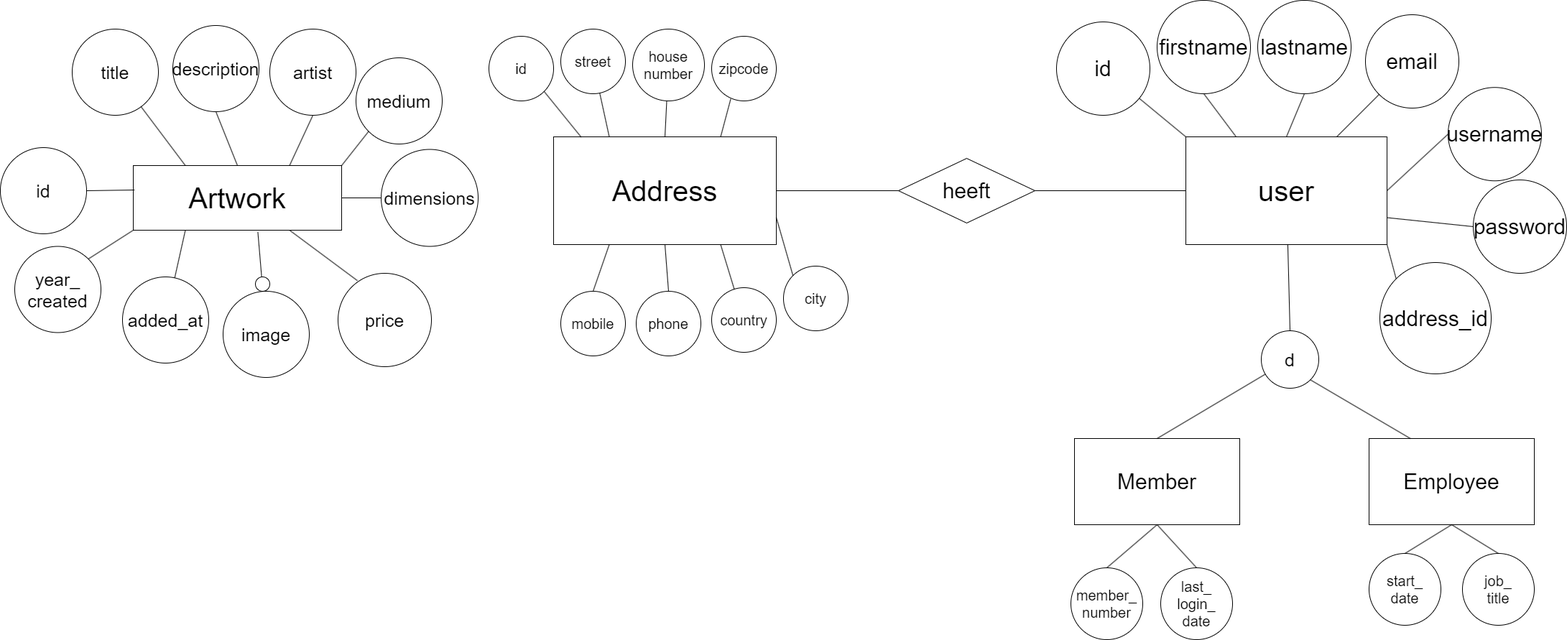
The draw.io diagram Database/ERD ARTWORK.png in DimitriosPanagiotidis/zwsd25f-blok4b, before a commit. Source tidied: cells renumbered, new cells last; positions are measured from the earlier drawing's top-left corner, leaving out a move shared by most shapes. The source it was exported from:
```xml
<mxGraphModel>
  <root>
    <mxCell id="0" />
    <mxCell id="1" parent="0" />
    <mxCell id="2" value="&lt;span style=&quot;font-size: 25px;&quot;&gt;title&lt;/span&gt;" style="ellipse;whiteSpace=wrap;html=1;" parent="1" vertex="1">
      <mxGeometry x="100" y="40" width="120" height="120" as="geometry" />
    </mxCell>
    <mxCell id="3" value="&lt;font style=&quot;font-size: 25px;&quot;&gt;description&lt;/font&gt;" style="ellipse;whiteSpace=wrap;html=1;" parent="1" vertex="1">
      <mxGeometry x="240" y="35" width="120" height="120" as="geometry" />
    </mxCell>
    <mxCell id="4" value="&lt;span style=&quot;font-size: 25px;&quot;&gt;image&lt;/span&gt;" style="ellipse;whiteSpace=wrap;html=1;" parent="1" vertex="1">
      <mxGeometry x="310" y="405" width="120" height="120" as="geometry" />
    </mxCell>
    <mxCell id="5" value="&lt;font style=&quot;font-size: 25px;&quot;&gt;added_at&lt;/font&gt;" style="ellipse;whiteSpace=wrap;html=1;" parent="1" vertex="1">
      <mxGeometry x="170" y="385" width="120" height="120" as="geometry" />
    </mxCell>
    <mxCell id="6" style="endArrow=none;html=1;rounded=0;exitX=0.25;exitY=1;exitDx=0;exitDy=0;" parent="1" edge="1" source="13" target="5">
      <mxGeometry relative="1" as="geometry" />
    </mxCell>
    <mxCell id="7" style="endArrow=none;html=1;rounded=0;entryX=0.25;entryY=0;entryDx=0;entryDy=0;" parent="1" edge="1" source="2" target="13">
      <mxGeometry relative="1" as="geometry" />
    </mxCell>
    <mxCell id="8" style="endArrow=none;html=1;rounded=0;exitX=0.5;exitY=0;exitDx=0;exitDy=0;entryX=0.5;entryY=1;entryDx=0;entryDy=0;" parent="1" edge="1" source="13" target="3">
      <mxGeometry relative="1" as="geometry" />
    </mxCell>
    <mxCell id="9" value="&lt;font style=&quot;font-size: 25px;&quot;&gt;artist&lt;/font&gt;" style="ellipse;whiteSpace=wrap;html=1;" parent="1" vertex="1">
      <mxGeometry x="375" y="40" width="120" height="120" as="geometry" />
    </mxCell>
    <mxCell id="10" style="endArrow=none;html=1;rounded=0;exitX=0.75;exitY=0;exitDx=0;exitDy=0;entryX=0.5;entryY=1;entryDx=0;entryDy=0;" parent="1" edge="1" source="13" target="9">
      <mxGeometry relative="1" as="geometry" />
    </mxCell>
    <mxCell id="11" value="&lt;font style=&quot;font-size: 25px;&quot;&gt;price&lt;/font&gt;" style="ellipse;whiteSpace=wrap;html=1;" parent="1" vertex="1">
      <mxGeometry x="470" y="380" width="130" height="130" as="geometry" />
    </mxCell>
    <mxCell id="12" style="endArrow=none;html=1;rounded=0;exitX=0.75;exitY=1;exitDx=0;exitDy=0;entryX=0.208;entryY=0.079;entryDx=0;entryDy=0;entryPerimeter=0;" parent="1" edge="1" source="13" target="11">
      <mxGeometry relative="1" as="geometry" />
    </mxCell>
    <mxCell id="13" value="&lt;span style=&quot;font-size: 40px;&quot;&gt;Artwork&lt;/span&gt;" style="rounded=0;whiteSpace=wrap;html=1;" parent="1" vertex="1">
      <mxGeometry x="185" y="230" width="290" height="90" as="geometry" />
    </mxCell>
    <mxCell id="14" value="&lt;font style=&quot;font-size: 40px;&quot;&gt;Address&lt;/font&gt;" style="rounded=0;whiteSpace=wrap;html=1;" parent="1" vertex="1">
      <mxGeometry x="770" y="190" width="310" height="150" as="geometry" />
    </mxCell>
    <mxCell id="15" value="&lt;span style=&quot;font-size: 20px;&quot;&gt;street&lt;/span&gt;" style="ellipse;whiteSpace=wrap;html=1;" parent="1" vertex="1">
      <mxGeometry x="780" y="40" width="90" height="90" as="geometry" />
    </mxCell>
    <mxCell id="16" value="&lt;font style=&quot;font-size: 20px;&quot;&gt;house&lt;/font&gt;&lt;div&gt;&lt;font style=&quot;font-size: 20px;&quot;&gt;number&lt;/font&gt;&lt;/div&gt;" style="ellipse;whiteSpace=wrap;html=1;" parent="1" vertex="1">
      <mxGeometry x="880" y="40" width="100" height="100" as="geometry" />
    </mxCell>
    <mxCell id="17" style="endArrow=none;html=1;rounded=0;entryX=0.25;entryY=0;entryDx=0;entryDy=0;" parent="1" edge="1" source="15" target="14">
      <mxGeometry relative="1" as="geometry" />
    </mxCell>
    <mxCell id="18" style="endArrow=none;html=1;rounded=0;entryX=0.5;entryY=0;entryDx=0;entryDy=0;" parent="1" edge="1" source="16" target="14">
      <mxGeometry relative="1" as="geometry" />
    </mxCell>
    <mxCell id="19" value="&lt;font style=&quot;font-size: 40px;&quot;&gt;user&lt;/font&gt;" style="rounded=0;whiteSpace=wrap;html=1;" parent="1" vertex="1">
      <mxGeometry x="1650" y="190" width="280" height="150" as="geometry" />
    </mxCell>
    <mxCell id="20" value="&lt;font style=&quot;font-size: 30px;&quot;&gt;heeft&lt;/font&gt;" style="rhombus;whiteSpace=wrap;html=1;" parent="1" vertex="1">
      <mxGeometry x="1250" y="220" width="190" height="90" as="geometry" />
    </mxCell>
    <mxCell id="21" style="endArrow=none;html=1;rounded=0;exitX=0;exitY=0.5;exitDx=0;exitDy=0;entryX=0;entryY=0.5;entryDx=0;entryDy=0;" parent="1" edge="1" target="20">
      <mxGeometry relative="1" as="geometry">
        <mxPoint x="1080" y="265" as="sourcePoint" />
      </mxGeometry>
    </mxCell>
    <mxCell id="22" style="endArrow=none;html=1;rounded=0;entryX=0;entryY=0.5;entryDx=0;entryDy=0;" parent="1" edge="1" source="20" target="19">
      <mxGeometry relative="1" as="geometry" />
    </mxCell>
    <mxCell id="23" value="&lt;font style=&quot;font-size: 30px;&quot;&gt;id&lt;/font&gt;" style="ellipse;whiteSpace=wrap;html=1;" parent="1" vertex="1">
      <mxGeometry x="1470" y="30" width="130" height="130" as="geometry" />
    </mxCell>
    <mxCell id="24" value="&lt;font style=&quot;font-size: 30px;&quot;&gt;firstname&lt;/font&gt;" style="ellipse;whiteSpace=wrap;html=1;" parent="1" vertex="1">
      <mxGeometry x="1610" width="130" height="130" as="geometry" />
    </mxCell>
    <mxCell id="25" value="&lt;font style=&quot;font-size: 30px;&quot;&gt;lastname&lt;/font&gt;" style="ellipse;whiteSpace=wrap;html=1;" parent="1" vertex="1">
      <mxGeometry x="1750" width="130" height="130" as="geometry" />
    </mxCell>
    <mxCell id="26" value="&lt;font style=&quot;font-size: 30px;&quot;&gt;email&lt;/font&gt;" style="ellipse;whiteSpace=wrap;html=1;" parent="1" vertex="1">
      <mxGeometry x="1900" y="20" width="130" height="130" as="geometry" />
    </mxCell>
    <mxCell id="27" value="&lt;font style=&quot;font-size: 30px;&quot;&gt;username&lt;/font&gt;" style="ellipse;whiteSpace=wrap;html=1;" parent="1" vertex="1">
      <mxGeometry x="2015" y="121.2" width="130" height="130" as="geometry" />
    </mxCell>
    <mxCell id="28" style="endArrow=none;html=1;rounded=0;exitX=0;exitY=0;exitDx=0;exitDy=0;" parent="1" edge="1" source="19" target="23">
      <mxGeometry relative="1" as="geometry" />
    </mxCell>
    <mxCell id="29" style="endArrow=none;html=1;rounded=0;entryX=0.5;entryY=1;entryDx=0;entryDy=0;exitX=0.25;exitY=0;exitDx=0;exitDy=0;" parent="1" edge="1" source="19" target="24">
      <mxGeometry relative="1" as="geometry" />
    </mxCell>
    <mxCell id="30" style="endArrow=none;html=1;rounded=0;entryX=0.5;entryY=1;entryDx=0;entryDy=0;exitX=0.5;exitY=0;exitDx=0;exitDy=0;" parent="1" edge="1" source="19" target="25">
      <mxGeometry relative="1" as="geometry" />
    </mxCell>
    <mxCell id="31" style="endArrow=none;html=1;rounded=0;entryX=0;entryY=1;entryDx=0;entryDy=0;exitX=0.75;exitY=0;exitDx=0;exitDy=0;" parent="1" edge="1" source="19" target="26">
      <mxGeometry relative="1" as="geometry" />
    </mxCell>
    <mxCell id="32" style="endArrow=none;html=1;rounded=0;exitX=0;exitY=0.5;exitDx=0;exitDy=0;entryX=1;entryY=0.5;entryDx=0;entryDy=0;" parent="1" edge="1" source="27" target="19">
      <mxGeometry relative="1" as="geometry" />
    </mxCell>
    <mxCell id="33" style="endArrow=none;html=1;rounded=0;exitX=1;exitY=0.5;exitDx=0;exitDy=0;entryX=0;entryY=0.5;entryDx=0;entryDy=0;" parent="1" edge="1" source="14">
      <mxGeometry relative="1" as="geometry">
        <mxPoint x="1080" y="265" as="targetPoint" />
      </mxGeometry>
    </mxCell>
    <mxCell id="34" value="&lt;font style=&quot;font-size: 30px;&quot;&gt;Employee&lt;/font&gt;" style="rounded=0;whiteSpace=wrap;html=1;" parent="1" vertex="1">
      <mxGeometry x="1905" y="610" width="230" height="120" as="geometry" />
    </mxCell>
    <mxCell id="35" value="&lt;font style=&quot;font-size: 30px;&quot;&gt;Member&lt;/font&gt;" style="rounded=0;whiteSpace=wrap;html=1;" parent="1" vertex="1">
      <mxGeometry x="1495" y="610" width="230" height="120" as="geometry" />
    </mxCell>
    <mxCell id="36" style="endArrow=none;html=1;rounded=0;exitX=0.5;exitY=0;exitDx=0;exitDy=0;" parent="1" edge="1" source="35" target="37">
      <mxGeometry relative="1" as="geometry" />
    </mxCell>
    <mxCell id="37" value="&lt;font style=&quot;font-size: 25px;&quot;&gt;d&lt;/font&gt;" style="ellipse;whiteSpace=wrap;html=1;" parent="1" vertex="1">
      <mxGeometry x="1755" y="460" width="80" height="80" as="geometry" />
    </mxCell>
    <mxCell id="38" style="endArrow=none;html=1;rounded=0;entryX=1;entryY=1;entryDx=0;entryDy=0;exitX=0.25;exitY=0;exitDx=0;exitDy=0;" parent="1" edge="1" source="34" target="37">
      <mxGeometry relative="1" as="geometry" />
    </mxCell>
    <mxCell id="39" style="endArrow=none;html=1;rounded=0;exitX=0.5;exitY=0;exitDx=0;exitDy=0;" parent="1" edge="1" source="37" target="19">
      <mxGeometry relative="1" as="geometry" />
    </mxCell>
    <mxCell id="40" value="&lt;font style=&quot;font-size: 20px;&quot;&gt;member_&lt;/font&gt;&lt;div&gt;&lt;font style=&quot;font-size: 20px;&quot;&gt;number&lt;/font&gt;&lt;/div&gt;" style="ellipse;whiteSpace=wrap;html=1;" parent="1" vertex="1">
      <mxGeometry x="1490" y="790" width="100" height="100" as="geometry" />
    </mxCell>
    <mxCell id="41" value="&lt;font style=&quot;font-size: 20px;&quot;&gt;last_&lt;/font&gt;&lt;div&gt;&lt;font style=&quot;font-size: 20px;&quot;&gt;login_&lt;/font&gt;&lt;/div&gt;&lt;div&gt;&lt;font style=&quot;font-size: 20px;&quot;&gt;date&lt;/font&gt;&lt;/div&gt;" style="ellipse;whiteSpace=wrap;html=1;" parent="1" vertex="1">
      <mxGeometry x="1615" y="790" width="100" height="100" as="geometry" />
    </mxCell>
    <mxCell id="42" style="endArrow=none;html=1;rounded=0;entryX=0.5;entryY=1;entryDx=0;entryDy=0;exitX=0.5;exitY=0;exitDx=0;exitDy=0;" parent="1" edge="1" source="40" target="35">
      <mxGeometry relative="1" as="geometry" />
    </mxCell>
    <mxCell id="43" style="endArrow=none;html=1;rounded=0;exitX=0.5;exitY=0;exitDx=0;exitDy=0;entryX=0.5;entryY=1;entryDx=0;entryDy=0;" parent="1" edge="1" source="41" target="35">
      <mxGeometry relative="1" as="geometry" />
    </mxCell>
    <mxCell id="44" value="&lt;font style=&quot;font-size: 20px;&quot;&gt;start_&lt;/font&gt;&lt;div&gt;&lt;font style=&quot;font-size: 20px;&quot;&gt;date&lt;/font&gt;&lt;/div&gt;" style="ellipse;whiteSpace=wrap;html=1;" parent="1" vertex="1">
      <mxGeometry x="1905" y="770" width="100" height="100" as="geometry" />
    </mxCell>
    <mxCell id="45" value="&lt;font style=&quot;font-size: 20px;&quot;&gt;job_&lt;/font&gt;&lt;div&gt;&lt;font style=&quot;font-size: 20px;&quot;&gt;title&lt;/font&gt;&lt;/div&gt;" style="ellipse;whiteSpace=wrap;html=1;" parent="1" vertex="1">
      <mxGeometry x="2035" y="770" width="100" height="100" as="geometry" />
    </mxCell>
    <mxCell id="46" style="endArrow=none;html=1;rounded=0;exitX=0.5;exitY=0;exitDx=0;exitDy=0;entryX=0.5;entryY=1;entryDx=0;entryDy=0;" parent="1" edge="1" source="44" target="34">
      <mxGeometry relative="1" as="geometry" />
    </mxCell>
    <mxCell id="47" style="endArrow=none;html=1;rounded=0;entryX=0.5;entryY=0;entryDx=0;entryDy=0;exitX=0.5;exitY=1;exitDx=0;exitDy=0;" parent="1" edge="1" source="34" target="45">
      <mxGeometry relative="1" as="geometry" />
    </mxCell>
    <mxCell id="48" value="&lt;span style=&quot;font-size: 30px;&quot;&gt;password&lt;/span&gt;" style="ellipse;whiteSpace=wrap;html=1;" parent="1" vertex="1">
      <mxGeometry x="2050" y="250" width="130" height="130" as="geometry" />
    </mxCell>
    <mxCell id="49" style="endArrow=none;html=1;rounded=0;entryX=0;entryY=0.5;entryDx=0;entryDy=0;exitX=1;exitY=0.75;exitDx=0;exitDy=0;" parent="1" edge="1" source="19" target="48">
      <mxGeometry relative="1" as="geometry" />
    </mxCell>
    <mxCell id="50" value="&lt;span style=&quot;font-size: 20px;&quot;&gt;zipcode&lt;/span&gt;" style="ellipse;whiteSpace=wrap;html=1;" parent="1" vertex="1">
      <mxGeometry x="990" y="50" width="90" height="90" as="geometry" />
    </mxCell>
    <mxCell id="51" value="&lt;span style=&quot;font-size: 20px;&quot;&gt;city&lt;/span&gt;" style="ellipse;whiteSpace=wrap;html=1;" parent="1" vertex="1">
      <mxGeometry x="1090" y="370" width="90" height="90" as="geometry" />
    </mxCell>
    <mxCell id="52" value="&lt;span style=&quot;font-size: 20px;&quot;&gt;country&lt;/span&gt;" style="ellipse;whiteSpace=wrap;html=1;" parent="1" vertex="1">
      <mxGeometry x="990" y="400" width="90" height="90" as="geometry" />
    </mxCell>
    <mxCell id="53" value="&lt;span style=&quot;font-size: 20px;&quot;&gt;mobile&lt;/span&gt;" style="ellipse;whiteSpace=wrap;html=1;" parent="1" vertex="1">
      <mxGeometry x="780" y="405" width="90" height="90" as="geometry" />
    </mxCell>
    <mxCell id="54" value="&lt;span style=&quot;font-size: 20px;&quot;&gt;phone&lt;/span&gt;" style="ellipse;whiteSpace=wrap;html=1;" parent="1" vertex="1">
      <mxGeometry x="885" y="405" width="90" height="90" as="geometry" />
    </mxCell>
    <mxCell id="55" style="endArrow=none;html=1;rounded=0;exitX=0.295;exitY=0.97;exitDx=0;exitDy=0;exitPerimeter=0;entryX=0.75;entryY=0;entryDx=0;entryDy=0;" parent="1" edge="1" source="50" target="14">
      <mxGeometry relative="1" as="geometry" />
    </mxCell>
    <mxCell id="56" style="endArrow=none;html=1;rounded=0;exitX=1;exitY=0.75;exitDx=0;exitDy=0;entryX=0;entryY=0;entryDx=0;entryDy=0;" parent="1" edge="1" source="14" target="51">
      <mxGeometry relative="1" as="geometry" />
    </mxCell>
    <mxCell id="57" style="endArrow=none;html=1;rounded=0;exitX=0.75;exitY=1;exitDx=0;exitDy=0;entryX=0.351;entryY=0.027;entryDx=0;entryDy=0;entryPerimeter=0;" parent="1" edge="1" source="14" target="52">
      <mxGeometry relative="1" as="geometry" />
    </mxCell>
    <mxCell id="58" style="endArrow=none;html=1;rounded=0;exitX=0.5;exitY=1;exitDx=0;exitDy=0;entryX=0.5;entryY=0;entryDx=0;entryDy=0;" parent="1" edge="1" source="14" target="54">
      <mxGeometry relative="1" as="geometry" />
    </mxCell>
    <mxCell id="59" style="endArrow=none;html=1;rounded=0;exitX=0.25;exitY=1;exitDx=0;exitDy=0;entryX=0.5;entryY=0;entryDx=0;entryDy=0;" parent="1" edge="1" source="14" target="53">
      <mxGeometry relative="1" as="geometry" />
    </mxCell>
    <mxCell id="60" value="&lt;font style=&quot;font-size: 25px;&quot;&gt;dimensions&lt;/font&gt;" style="ellipse;whiteSpace=wrap;html=1;" parent="1" vertex="1">
      <mxGeometry x="530" y="207.5" width="135" height="135" as="geometry" />
    </mxCell>
    <mxCell id="61" style="endArrow=none;html=1;rounded=0;exitX=1;exitY=0.5;exitDx=0;exitDy=0;entryX=0;entryY=0.5;entryDx=0;entryDy=0;" parent="1" edge="1" source="13" target="60">
      <mxGeometry relative="1" as="geometry" />
    </mxCell>
    <mxCell id="62" value="&lt;span style=&quot;font-size: 25px;&quot;&gt;id&lt;/span&gt;" style="ellipse;whiteSpace=wrap;html=1;" parent="1" vertex="1">
      <mxGeometry y="205" width="120" height="120" as="geometry" />
    </mxCell>
    <mxCell id="63" style="endArrow=none;html=1;rounded=0;entryX=1;entryY=0.5;entryDx=0;entryDy=0;exitX=0.006;exitY=0.378;exitDx=0;exitDy=0;exitPerimeter=0;" parent="1" edge="1" source="13" target="62">
      <mxGeometry relative="1" as="geometry" />
    </mxCell>
    <mxCell id="64" value="&lt;span style=&quot;font-size: 20px;&quot;&gt;id&lt;/span&gt;" style="ellipse;whiteSpace=wrap;html=1;" parent="1" vertex="1">
      <mxGeometry x="680" y="50" width="90" height="90" as="geometry" />
    </mxCell>
    <mxCell id="65" style="endArrow=none;html=1;rounded=0;entryX=1;entryY=1;entryDx=0;entryDy=0;exitX=0.124;exitY=0.003;exitDx=0;exitDy=0;exitPerimeter=0;" parent="1" edge="1" source="14" target="64">
      <mxGeometry relative="1" as="geometry" />
    </mxCell>
    <mxCell id="66" style="endArrow=none;html=1;rounded=0;exitX=0.598;exitY=1.029;exitDx=0;exitDy=0;exitPerimeter=0;" parent="1" edge="1" source="13" target="4">
      <mxGeometry relative="1" as="geometry" />
    </mxCell>
    <mxCell id="67" style="ellipse;whiteSpace=wrap;html=1;fillColor=default;" parent="1" vertex="1">
      <mxGeometry x="355" y="385" width="20" height="20" as="geometry" />
    </mxCell>
    <mxCell id="68" value="&lt;span style=&quot;font-size: 30px;&quot;&gt;address_id&lt;/span&gt;" style="ellipse;whiteSpace=wrap;html=1;" parent="1" vertex="1">
      <mxGeometry x="1920" y="365" width="155" height="155" as="geometry" />
    </mxCell>
    <mxCell id="69" style="endArrow=none;html=1;rounded=0;entryX=1;entryY=1;entryDx=0;entryDy=0;exitX=0;exitY=0;exitDx=0;exitDy=0;" parent="1" edge="1" source="68" target="19">
      <mxGeometry relative="1" as="geometry" />
    </mxCell>
    <mxCell id="70" value="&lt;font style=&quot;font-size: 25px;&quot;&gt;year_&lt;/font&gt;&lt;div&gt;&lt;font style=&quot;font-size: 25px;&quot;&gt;created&lt;br&gt;&lt;/font&gt;&lt;/div&gt;" style="ellipse;whiteSpace=wrap;html=1;" parent="1" vertex="1">
      <mxGeometry x="20" y="342.5" width="120" height="120" as="geometry" />
    </mxCell>
    <mxCell id="71" value="&lt;div&gt;&lt;font style=&quot;font-size: 25px;&quot;&gt;medium&lt;/font&gt;&lt;/div&gt;" style="ellipse;whiteSpace=wrap;html=1;" parent="1" vertex="1">
      <mxGeometry x="495" y="80" width="120" height="120" as="geometry" />
    </mxCell>
    <mxCell id="72" style="endArrow=none;html=1;rounded=0;exitX=1;exitY=0;exitDx=0;exitDy=0;entryX=0;entryY=1;entryDx=0;entryDy=0;" parent="1" edge="1" source="70" target="13">
      <mxGeometry relative="1" as="geometry" />
    </mxCell>
    <mxCell id="73" style="endArrow=none;html=1;rounded=0;entryX=0;entryY=1;entryDx=0;entryDy=0;exitX=1;exitY=0;exitDx=0;exitDy=0;" parent="1" edge="1" source="13" target="71">
      <mxGeometry relative="1" as="geometry" />
    </mxCell>
  </root>
</mxGraphModel>
```
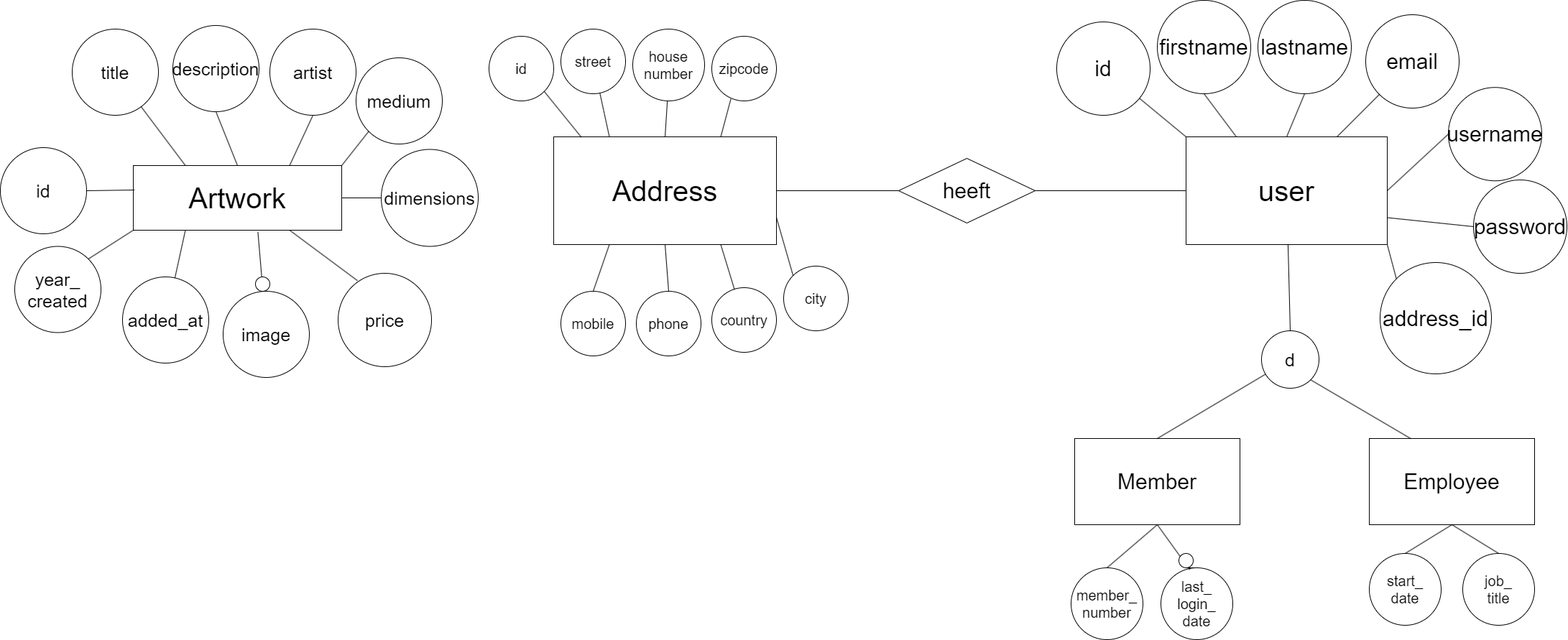
The same diagram one commit later.

Change to the diagram source:
```diff
@@ -129,7 +129,7 @@
     <mxCell id="42" style="endArrow=none;html=1;rounded=0;entryX=0.5;entryY=1;entryDx=0;entryDy=0;exitX=0.5;exitY=0;exitDx=0;exitDy=0;" parent="1" edge="1" source="40" target="35">
       <mxGeometry relative="1" as="geometry" />
     </mxCell>
-    <mxCell id="43" style="endArrow=none;html=1;rounded=0;exitX=0.5;exitY=0;exitDx=0;exitDy=0;entryX=0.5;entryY=1;entryDx=0;entryDy=0;" parent="1" edge="1" source="41" target="35">
+    <mxCell id="43" style="endArrow=none;html=1;rounded=0;exitX=0.401;exitY=0.026;exitDx=0;exitDy=0;entryX=0.5;entryY=1;entryDx=0;entryDy=0;exitPerimeter=0;" parent="1" edge="1" source="41" target="35">
       <mxGeometry relative="1" as="geometry" />
     </mxCell>
     <mxCell id="44" value="&lt;font style=&quot;font-size: 20px;&quot;&gt;start_&lt;/font&gt;&lt;div&gt;&lt;font style=&quot;font-size: 20px;&quot;&gt;date&lt;/font&gt;&lt;/div&gt;" style="ellipse;whiteSpace=wrap;html=1;" parent="1" vertex="1">
@@ -222,5 +222,11 @@
     <mxCell id="73" style="endArrow=none;html=1;rounded=0;entryX=0;entryY=1;entryDx=0;entryDy=0;exitX=1;exitY=0;exitDx=0;exitDy=0;" parent="1" edge="1" source="13" target="71">
       <mxGeometry relative="1" as="geometry" />
     </mxCell>
+    <mxCell id="74" style="endArrow=none;html=1;rounded=0;exitX=0.5;exitY=0;exitDx=0;exitDy=0;entryX=0.5;entryY=1;entryDx=0;entryDy=0;" parent="1" edge="1" source="41" target="75">
+      <mxGeometry relative="1" as="geometry" />
+    </mxCell>
+    <mxCell id="75" style="ellipse;whiteSpace=wrap;html=1;" parent="1" vertex="1">
+      <mxGeometry x="1640" y="770" width="20" height="20" as="geometry" />
+    </mxCell>
   </root>
 </mxGraphModel>
```
